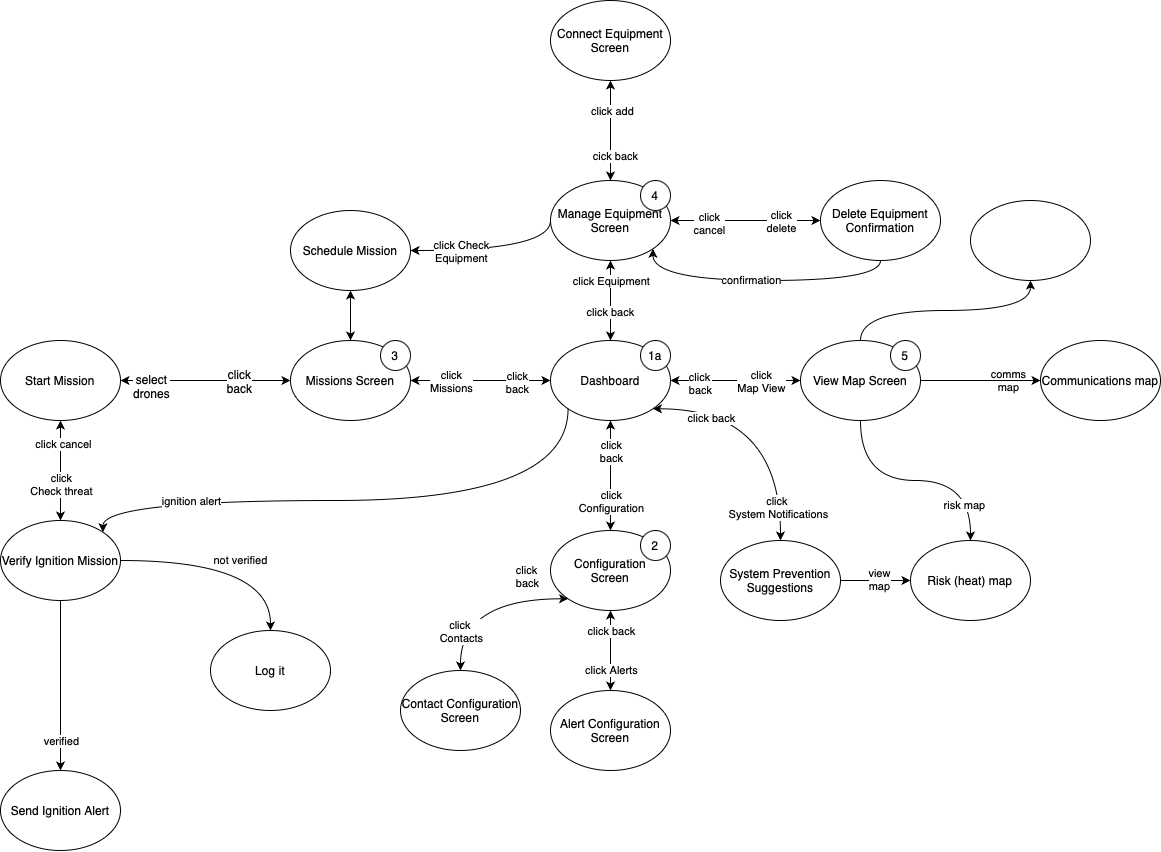
The draw.io diagram StateDiagrams/Prevention.drawio.png in Fire-Prevention/fire-prevention, before a commit. Source tidied: cells renumbered, new cells last; positions are measured from the earlier drawing's top-left corner, leaving out a move shared by most shapes.
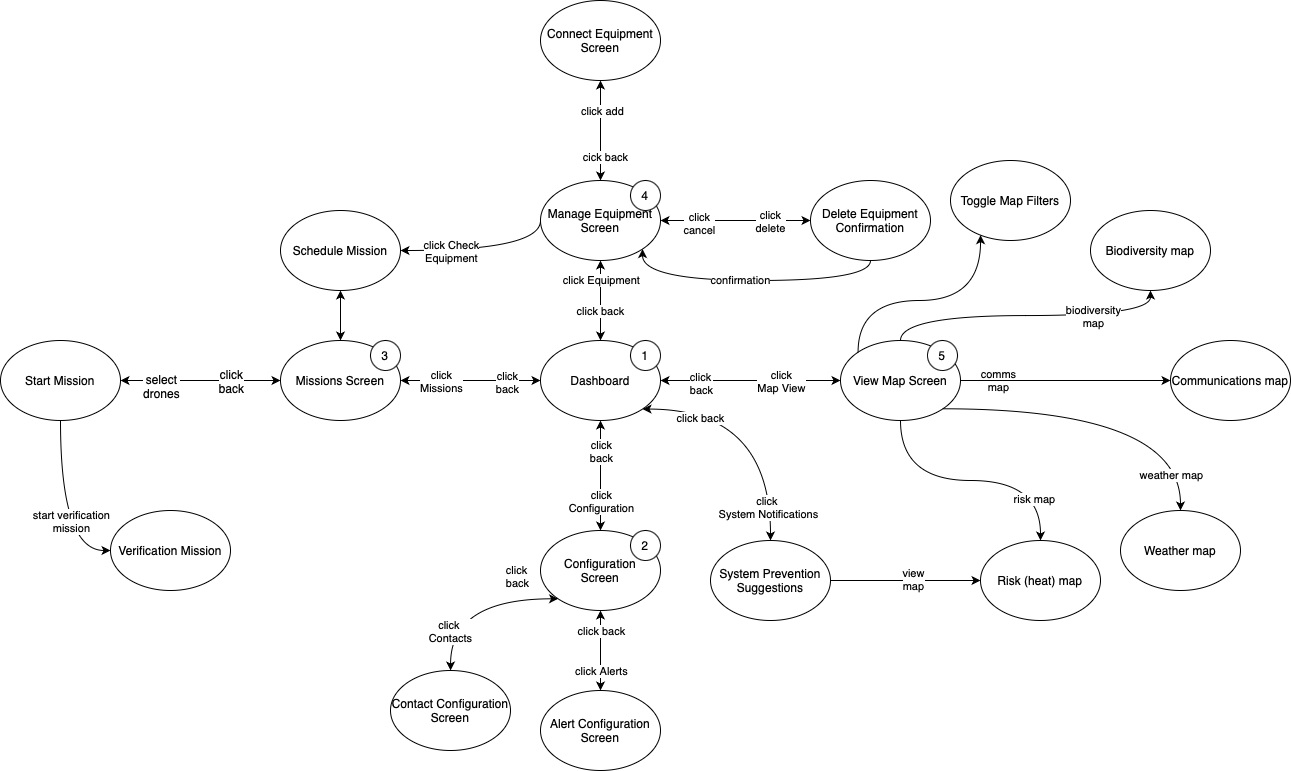
After the change.

Diff of the diagram source:
```diff
@@ -8,7 +8,7 @@
     <mxCell id="3" value="Dashboard" style="ellipse;whiteSpace=wrap;html=1;" parent="2" vertex="1">
       <mxGeometry width="120" height="80" as="geometry" />
     </mxCell>
-    <mxCell id="4" value="1a" style="ellipse;whiteSpace=wrap;html=1;" parent="2" vertex="1">
+    <mxCell id="4" value="1" style="ellipse;whiteSpace=wrap;html=1;" parent="2" vertex="1">
       <mxGeometry x="90" width="30" height="30" as="geometry" />
     </mxCell>
     <mxCell id="5" style="edgeStyle=orthogonalEdgeStyle;curved=1;rounded=0;jettySize=auto;html=1;exitX=0.5;exitY=1;exitDx=0;exitDy=0;startArrow=classic;startFill=1;" parent="1" edge="1" source="3" target="9">
@@ -100,49 +100,18 @@
     </mxCell>
     <mxCell id="30" value="select&lt;br&gt;drones" style="edgeLabel;html=1;align=center;verticalAlign=middle;fontSize=12;" parent="29" vertex="1">
       <mxGeometry x="0.17" y="-5" relative="1" as="geometry">
-        <mxPoint x="-41" y="10" as="offset" />
+        <mxPoint x="-27" y="10" as="offset" />
       </mxGeometry>
     </mxCell>
     <mxCell id="31" value="click&lt;br&gt;back" style="edgeLabel;html=1;align=center;verticalAlign=middle;fontSize=12;" parent="29" vertex="1">
       <mxGeometry x="-0.39" relative="1" as="geometry" />
     </mxCell>
     <mxCell id="32" style="group;" parent="1" vertex="1">
-      <mxGeometry y="340" width="120" height="80" as="geometry" />
+      <mxGeometry x="10" y="340" width="120" height="80" as="geometry" />
     </mxCell>
     <mxCell id="33" value="Start Mission" style="ellipse;whiteSpace=wrap;html=1;" parent="32" vertex="1">
       <mxGeometry width="120" height="80" as="geometry" />
     </mxCell>
-    <mxCell id="34" style="edgeStyle=orthogonalEdgeStyle;curved=1;rounded=0;jettySize=auto;html=1;exitX=0.5;exitY=1;exitDx=0;exitDy=0;startArrow=classic;startFill=1;" parent="1" edge="1" source="33" target="40">
-      <mxGeometry relative="1" as="geometry" />
-    </mxCell>
-    <mxCell id="35" value="click&lt;br&gt;Check threat" style="edgeLabel;html=1;align=center;verticalAlign=middle;" parent="34" vertex="1">
-      <mxGeometry x="0.27" relative="1" as="geometry" />
-    </mxCell>
-    <mxCell id="36" value="click cancel" style="edgeLabel;html=1;align=center;verticalAlign=middle;" parent="34" vertex="1">
-      <mxGeometry x="-0.29" y="2" relative="1" as="geometry">
-        <mxPoint y="-12" as="offset" />
-      </mxGeometry>
-    </mxCell>
-    <mxCell id="37" style="edgeStyle=orthogonalEdgeStyle;curved=1;rounded=0;jettySize=auto;html=1;exitX=0.5;exitY=1;exitDx=0;exitDy=0;startArrow=none;startFill=0;" parent="1" edge="1" source="40" target="41">
-      <mxGeometry relative="1" as="geometry" />
-    </mxCell>
-    <mxCell id="38" value="verified" style="edgeLabel;html=1;align=center;verticalAlign=middle;" parent="37" vertex="1">
-      <mxGeometry x="0.29" y="-4" relative="1" as="geometry">
-        <mxPoint x="4" y="30" as="offset" />
-      </mxGeometry>
-    </mxCell>
-    <mxCell id="39" value="not verified" style="edgeStyle=orthogonalEdgeStyle;curved=1;rounded=0;jettySize=auto;html=1;exitX=1;exitY=0.5;exitDx=0;exitDy=0;startArrow=none;startFill=0;" parent="1" edge="1" source="40" target="42">
-      <mxGeometry x="0.09" relative="1" as="geometry" />
-    </mxCell>
-    <mxCell id="40" value="Verify Ignition Mission" style="ellipse;whiteSpace=wrap;html=1;" parent="1" vertex="1">
-      <mxGeometry y="520" width="120" height="80" as="geometry" />
-    </mxCell>
-    <mxCell id="41" value="Send Ignition Alert" style="ellipse;whiteSpace=wrap;html=1;" parent="1" vertex="1">
-      <mxGeometry y="770" width="120" height="80" as="geometry" />
-    </mxCell>
-    <mxCell id="42" value="Log it" style="ellipse;whiteSpace=wrap;html=1;" parent="1" vertex="1">
-      <mxGeometry x="210" y="630" width="120" height="80" as="geometry" />
-    </mxCell>
     <mxCell id="43" style="edgeStyle=orthogonalEdgeStyle;curved=1;rounded=0;jettySize=auto;html=1;exitX=0.5;exitY=0;exitDx=0;exitDy=0;startArrow=classic;startFill=1;" parent="1" edge="1" source="3" target="46">
       <mxGeometry relative="1" as="geometry" />
     </mxCell>
@@ -218,7 +187,7 @@
     <mxCell id="60" value="Delete Equipment Confirmation" style="ellipse;whiteSpace=wrap;html=1;" parent="1" vertex="1">
       <mxGeometry x="820" y="180" width="120" height="80" as="geometry" />
     </mxCell>
-    <mxCell id="61" style="edgeStyle=orthogonalEdgeStyle;curved=1;rounded=0;jettySize=auto;html=1;exitX=1;exitY=0.5;exitDx=0;exitDy=0;startArrow=classic;startFill=1;" parent="1" edge="1" source="3" target="64">
+    <mxCell id="61" style="edgeStyle=orthogonalEdgeStyle;curved=1;rounded=0;jettySize=auto;html=1;exitX=1;exitY=0.5;exitDx=0;exitDy=0;startArrow=classic;startFill=1;entryX=0;entryY=0.5;entryDx=0;entryDy=0;" parent="1" edge="1" source="3" target="65">
       <mxGeometry relative="1" as="geometry" />
     </mxCell>
     <mxCell id="62" value="click&lt;br&gt;Map View" style="edgeLabel;html=1;align=center;verticalAlign=middle;" parent="61" vertex="1">
@@ -232,22 +201,17 @@
       </mxGeometry>
     </mxCell>
     <mxCell id="64" style="group;" parent="1" vertex="1">
-      <mxGeometry x="800" y="340" width="120" height="80" as="geometry" />
+      <mxGeometry x="800" y="340" width="170" height="90" as="geometry" />
     </mxCell>
+    <mxCell id="83" style="group;" parent="64" vertex="1">
+      <mxGeometry x="50" width="120" height="80" as="geometry" />
+    </mxCell>
-    <mxCell id="65" value="View Map Screen" style="ellipse;whiteSpace=wrap;html=1;" parent="64" vertex="1">
+    <mxCell id="65" value="View Map Screen" style="ellipse;whiteSpace=wrap;html=1;" parent="83" vertex="1">
       <mxGeometry width="120" height="80" as="geometry" />
     </mxCell>
-    <mxCell id="66" value="5" style="ellipse;whiteSpace=wrap;html=1;" parent="64" vertex="1">
-      <mxGeometry x="90" width="30" height="30" as="geometry" />
+    <mxCell id="66" value="5" style="ellipse;whiteSpace=wrap;html=1;" parent="83" vertex="1">
+      <mxGeometry x="87" width="30" height="30" as="geometry" />
     </mxCell>
-    <mxCell id="67" style="edgeStyle=orthogonalEdgeStyle;curved=1;rounded=0;jettySize=auto;html=1;exitX=0.5;exitY=1;exitDx=0;exitDy=0;startArrow=none;startFill=0;entryX=0.5;entryY=0;entryDx=0;entryDy=0;" parent="1" edge="1" source="65" target="75">
-      <mxGeometry relative="1" as="geometry" />
-    </mxCell>
-    <mxCell id="68" value="risk map" style="edgeLabel;html=1;align=center;verticalAlign=middle;" parent="67" vertex="1">
-      <mxGeometry x="0.63" y="-7" relative="1" as="geometry">
-        <mxPoint y="7" as="offset" />
-      </mxGeometry>
-    </mxCell>
     <mxCell id="69" style="edgeStyle=orthogonalEdgeStyle;curved=1;rounded=0;jettySize=auto;html=1;exitX=1;exitY=1;exitDx=0;exitDy=0;startArrow=classic;startFill=1;" parent="1" edge="1" source="3" target="72">
       <mxGeometry relative="1" as="geometry" />
     </mxCell>
@@ -270,38 +234,76 @@
     <mxCell id="74" value="view&lt;br&gt;map" style="edgeLabel;html=1;align=center;verticalAlign=middle;" parent="73" vertex="1">
       <mxGeometry x="0.1" y="2" relative="1" as="geometry" />
     </mxCell>
+    <mxCell id="76" value="comms&lt;br&gt;map" style="edgeLabel;html=1;align=center;verticalAlign=middle;" parent="1" vertex="1">
+      <mxGeometry x="1010.6" y="350" as="geometry">
+        <mxPoint x="-3" y="29" as="offset" />
+      </mxGeometry>
+    </mxCell>
+    <mxCell id="67" style="edgeStyle=orthogonalEdgeStyle;curved=1;rounded=0;jettySize=auto;html=1;exitX=0.5;exitY=1;exitDx=0;exitDy=0;startArrow=none;startFill=0;entryX=0.5;entryY=0;entryDx=0;entryDy=0;" parent="1" edge="1" source="65" target="75">
+      <mxGeometry relative="1" as="geometry" />
+    </mxCell>
+    <mxCell id="68" value="risk map" style="edgeLabel;html=1;align=center;verticalAlign=middle;" parent="67" vertex="1">
+      <mxGeometry x="0.63" y="-7" relative="1" as="geometry">
+        <mxPoint y="7" as="offset" />
+      </mxGeometry>
+    </mxCell>
     <mxCell id="75" value="Risk (heat) map" style="ellipse;whiteSpace=wrap;html=1;" parent="1" vertex="1">
-      <mxGeometry x="910" y="540" width="120" height="80" as="geometry" />
+      <mxGeometry x="990" y="540" width="120" height="80" as="geometry" />
     </mxCell>
-    <mxCell id="76" value="comms&lt;br&gt;map" style="edgeLabel;html=1;align=center;verticalAlign=middle;" parent="1" vertex="1">
-      <mxGeometry x="1010.6" y="350" as="geometry">
-        <mxPoint x="-3" y="29" as="offset" />
-      </mxGeometry>
-    </mxCell>
+    <mxCell id="84" value="Weather map" style="ellipse;whiteSpace=wrap;html=1;" parent="1" vertex="1">
+      <mxGeometry x="1130" y="510" width="120" height="80" as="geometry" />
+    </mxCell>
+    <mxCell id="85" style="edgeStyle=orthogonalEdgeStyle;curved=1;rounded=0;jettySize=auto;html=1;exitX=1;exitY=1;exitDx=0;exitDy=0;startArrow=none;startFill=0;" parent="1" edge="1" source="65" target="84">
+      <mxGeometry relative="1" as="geometry" />
+    </mxCell>
+    <mxCell id="86" value="weather map" style="edgeLabel;html=1;align=center;verticalAlign=middle;" parent="85" vertex="1">
+      <mxGeometry x="0.63" y="-24" relative="1" as="geometry">
+        <mxPoint x="14" y="26" as="offset" />
+      </mxGeometry>
+    </mxCell>
+    <mxCell id="80" style="edgeStyle=orthogonalEdgeStyle;rounded=0;jettySize=auto;html=1;exitX=1;exitY=0.5;exitDx=0;exitDy=0;entryX=0;entryY=0.5;entryDx=0;entryDy=0;" parent="1" edge="1" source="65" target="77">
+      <mxGeometry relative="1" as="geometry" />
+    </mxCell>
     <mxCell id="77" value="Communications map" style="ellipse;whiteSpace=wrap;html=1;" parent="1" vertex="1">
-      <mxGeometry x="1040" y="340" width="120" height="80" as="geometry" />
+      <mxGeometry x="1180" y="340" width="120" height="80" as="geometry" />
     </mxCell>
-    <mxCell id="78" style="edgeStyle=orthogonalEdgeStyle;curved=1;rounded=0;jettySize=auto;html=1;exitX=0;exitY=1;exitDx=0;exitDy=0;entryX=1;entryY=0;entryDx=0;entryDy=0;startArrow=none;startFill=0;" parent="1" edge="1" source="3" target="40">
-      <mxGeometry relative="1" as="geometry">
-        <Array as="points">
-          <mxPoint x="568" y="500" />
-          <mxPoint x="102" y="500" />
-        </Array>
-      </mxGeometry>
-    </mxCell>
-    <mxCell id="79" value="ignition alert" style="edgeLabel;html=1;align=center;verticalAlign=middle;" parent="78" vertex="1">
-      <mxGeometry x="-0.52" y="-4" relative="1" as="geometry">
-        <mxPoint x="-328" y="4" as="offset" />
-      </mxGeometry>
-    </mxCell>
-    <mxCell id="80" style="edgeStyle=orthogonalEdgeStyle;rounded=0;jettySize=auto;html=1;exitX=1;exitY=0.5;exitDx=0;exitDy=0;entryX=0;entryY=0.5;entryDx=0;entryDy=0;" parent="1" edge="1" source="65" target="77">
-      <mxGeometry relative="1" as="geometry" />
-    </mxCell>
-    <mxCell id="81" style="ellipse;whiteSpace=wrap;html=1;" parent="1" vertex="1">
-      <mxGeometry x="970" y="200" width="120" height="80" as="geometry" />
+    <mxCell id="81" value="Biodiversity map" style="ellipse;whiteSpace=wrap;html=1;" parent="1" vertex="1">
+      <mxGeometry x="1100" y="210" width="120" height="80" as="geometry" />
     </mxCell>
     <mxCell id="82" style="edgeStyle=orthogonalEdgeStyle;rounded=0;jettySize=auto;html=1;exitX=0.5;exitY=0;exitDx=0;exitDy=0;curved=1;entryX=0.5;entryY=1;entryDx=0;entryDy=0;" parent="1" edge="1" source="65" target="81">
       <mxGeometry relative="1" as="geometry" />
     </mxCell>
+    <mxCell id="87" value="biodiversity&lt;br&gt;map" style="edgeLabel;html=1;align=center;verticalAlign=middle;" parent="82" vertex="1">
+      <mxGeometry x="0.59" y="6" relative="1" as="geometry">
+        <mxPoint x="-22" y="6" as="offset" />
+      </mxGeometry>
+    </mxCell>
+    <mxCell id="88" value="Toggle Map Filters" style="ellipse;whiteSpace=wrap;html=1;" parent="1" vertex="1">
+      <mxGeometry x="960" y="160" width="120" height="80" as="geometry" />
+    </mxCell>
+    <mxCell id="89" style="edgeStyle=orthogonalEdgeStyle;curved=1;rounded=0;jettySize=auto;html=1;exitX=0;exitY=0;exitDx=0;exitDy=0;startArrow=none;startFill=0;" parent="1" edge="1" source="65" target="88">
+      <mxGeometry relative="1" as="geometry">
+        <Array as="points">
+          <mxPoint x="868" y="300" />
+          <mxPoint x="990" y="300" />
+          <mxPoint x="990" y="200" />
+        </Array>
+      </mxGeometry>
+    </mxCell>
+    <mxCell id="90" value="Verification Mission" style="ellipse;whiteSpace=wrap;html=1;" parent="1" vertex="1">
+      <mxGeometry x="120" y="510" width="120" height="80" as="geometry" />
+    </mxCell>
+    <mxCell id="91" style="edgeStyle=orthogonalEdgeStyle;curved=1;rounded=0;jettySize=auto;html=1;exitX=0.5;exitY=1;exitDx=0;exitDy=0;startArrow=none;startFill=0;" parent="1" edge="1" source="33" target="90">
+      <mxGeometry relative="1" as="geometry">
+        <Array as="points">
+          <mxPoint x="70" y="550" />
+        </Array>
+      </mxGeometry>
+    </mxCell>
+    <mxCell id="92" value="start verification&lt;br&gt;mission" style="edgeLabel;html=1;align=center;verticalAlign=middle;" parent="91" vertex="1">
+      <mxGeometry x="0.65" y="17" relative="1" as="geometry">
+        <mxPoint x="-9" y="-13" as="offset" />
+      </mxGeometry>
+    </mxCell>
   </root>
 </mxGraphModel>
```
